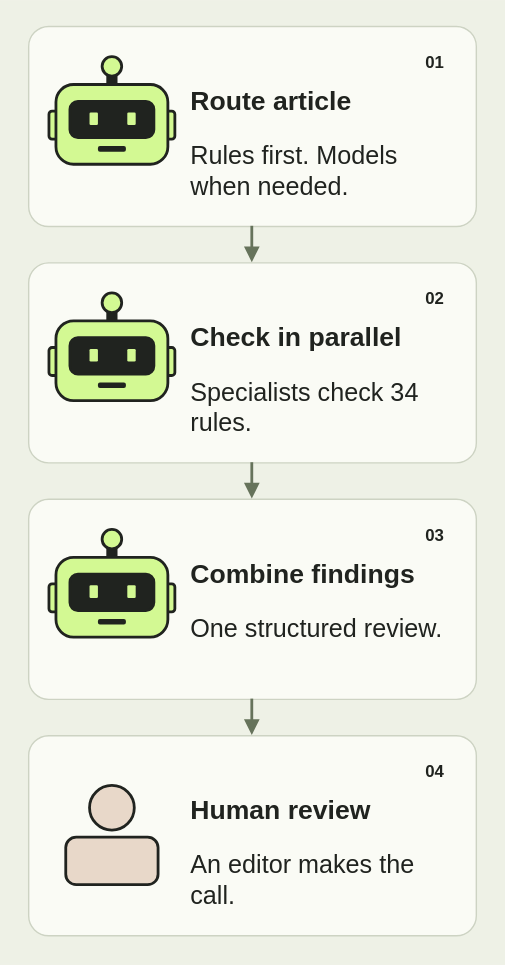
Earlier version of the draw.io export images/agents/review-mobile.svg (youngfreezy/youngfreezy.github.io). Source tidied: cells renumbered, new cells last; positions are measured from the earlier drawing's top-left corner, leaving out a move shared by most shapes.
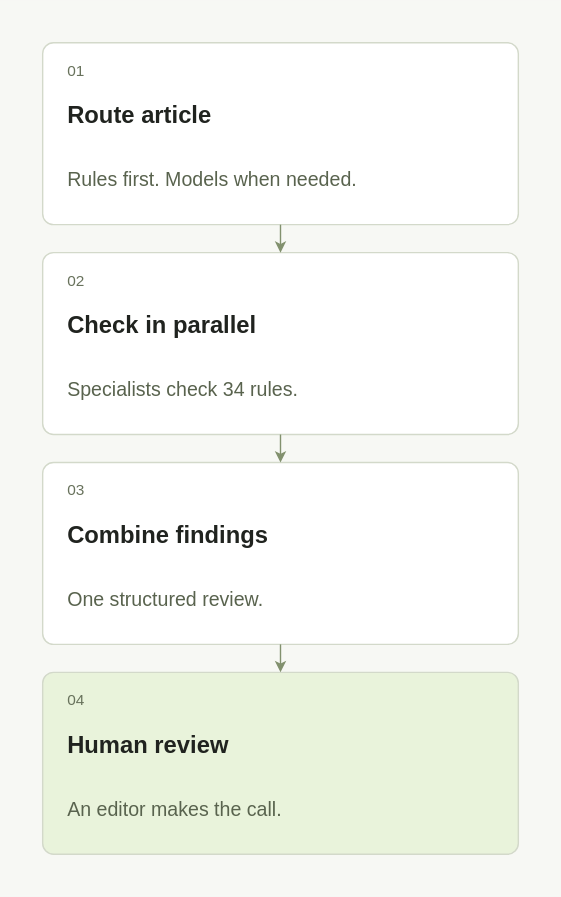
The same file after the commit.

The edit, as a diff of the source:
```diff
@@ -1,153 +1,66 @@
-<mxGraphModel background="#eef1e6">
+<mxGraphModel background="#f7f8f4">
   <root>
     <mxCell id="0" />
     <mxCell id="1" parent="0" />
-    <mxCell id="2" style="fillColor=#eef1e6;strokeColor=none;html=1;fontFamily=Helvetica;fontColor=#20231f;" parent="1" vertex="1">
-      <mxGeometry width="360" height="688" as="geometry" />
-    </mxCell>
-    <mxCell id="3" style="rounded=1;arcSize=10;fillColor=#fafbf5;strokeColor=#cdd3c3;strokeWidth=1;html=1;fontFamily=Helvetica;fontColor=#20231f;" parent="1" vertex="1">
-      <mxGeometry x="20" y="18" width="320" height="143" as="geometry" />
-    </mxCell>
-    <mxCell id="4" style="rounded=1;arcSize=22;strokeWidth=2;strokeColor=#20231f;fillColor=#20231f;html=1;fontFamily=Helvetica;fontColor=#20231f;" parent="3" vertex="1">
-      <mxGeometry x="57" y="29" width="6" height="14" as="geometry" />
-    </mxCell>
-    <mxCell id="5" style="ellipse;fillColor=#d3f993;strokeColor=#20231f;strokeWidth=2;html=1;fontFamily=Helvetica;fontColor=#20231f;" parent="3" vertex="1">
-      <mxGeometry x="53" y="22" width="14" height="14" as="geometry" />
-    </mxCell>
-    <mxCell id="6" style="rounded=1;arcSize=22;strokeWidth=2;strokeColor=#20231f;fillColor=#d3f993;html=1;fontFamily=Helvetica;fontColor=#20231f;" parent="3" vertex="1">
-      <mxGeometry x="15" y="61" width="10" height="20" as="geometry" />
-    </mxCell>
-    <mxCell id="7" style="rounded=1;arcSize=22;strokeWidth=2;strokeColor=#20231f;fillColor=#d3f993;html=1;fontFamily=Helvetica;fontColor=#20231f;" parent="3" vertex="1">
-      <mxGeometry x="95" y="61" width="10" height="20" as="geometry" />
-    </mxCell>
-    <mxCell id="8" style="rounded=1;arcSize=22;strokeWidth=2;strokeColor=#20231f;fillColor=#d3f993;html=1;fontFamily=Helvetica;fontColor=#20231f;" parent="3" vertex="1">
-      <mxGeometry x="20" y="42" width="80" height="57" as="geometry" />
-    </mxCell>
-    <mxCell id="9" style="rounded=1;arcSize=22;strokeWidth=2;strokeColor=#20231f;fillColor=#20231f;html=1;fontFamily=Helvetica;fontColor=#20231f;" parent="3" vertex="1">
-      <mxGeometry x="30" y="54" width="60" height="26" as="geometry" />
-    </mxCell>
-    <mxCell id="10" style="rounded=1;fillColor=#d3f993;strokeColor=none;html=1;fontFamily=Helvetica;fontColor=#20231f;" parent="3" vertex="1">
-      <mxGeometry x="44" y="62" width="6" height="9" as="geometry" />
-    </mxCell>
-    <mxCell id="11" style="rounded=1;fillColor=#d3f993;strokeColor=none;html=1;fontFamily=Helvetica;fontColor=#20231f;" parent="3" vertex="1">
-      <mxGeometry x="71" y="62" width="6" height="9" as="geometry" />
-    </mxCell>
-    <mxCell id="12" style="rounded=1;arcSize=22;strokeWidth=2;strokeColor=#20231f;fillColor=#20231f;html=1;fontFamily=Helvetica;fontColor=#20231f;" parent="3" vertex="1">
-      <mxGeometry x="51" y="87" width="18" height="2" as="geometry" />
-    </mxCell>
+    <mxCell id="51" style="html=1;fontFamily=Helvetica;fillColor=#f7f8f4;strokeColor=none;" parent="1" vertex="1">
+      <mxGeometry width="400" height="640" as="geometry" />
+    </mxCell>
+    <mxCell id="52" style="html=1;fontFamily=Helvetica;rounded=1;arcSize=6;fillColor=#ffffff;strokeColor=#d3d9ca;" parent="51" vertex="1">
+      <mxGeometry x="30" y="30" width="340" height="130" as="geometry" />
+    </mxCell>
-    <mxCell id="13" value="01" style="text;strokeColor=none;fillColor=none;fontSize=12;fontStyle=1;html=1;fontFamily=Helvetica;fontColor=#20231f;" parent="3" vertex="1">
-      <mxGeometry x="282" y="12" width="24" height="22" as="geometry" />
+    <mxCell id="13" value="01" style="html=1;fontFamily=Helvetica;text;whiteSpace=wrap;align=left;verticalAlign=middle;fillColor=none;strokeColor=none;fontSize=11;fontColor=#68725c;" parent="52" vertex="1">
+      <mxGeometry x="16" y="12" width="308" height="16" as="geometry" />
     </mxCell>
-    <mxCell id="14" value="Route article" style="text;strokeColor=none;fillColor=none;fontSize=19;fontStyle=1;align=left;html=1;fontFamily=Helvetica;fontColor=#20231f;" parent="3" vertex="1">
-      <mxGeometry x="114" y="36" width="190" height="32" as="geometry" />
+    <mxCell id="14" value="Route article" style="html=1;fontFamily=Helvetica;text;whiteSpace=wrap;align=left;verticalAlign=middle;fillColor=none;strokeColor=none;fontSize=17;fontColor=#20231f;fontStyle=1;" parent="52" vertex="1">
+      <mxGeometry x="16" y="34" width="308" height="38" as="geometry" />
     </mxCell>
-    <mxCell id="15" value="Rules first. Models when needed." style="text;whiteSpace=wrap;strokeColor=none;fillColor=none;fontSize=18;align=left;html=1;fontFamily=Helvetica;fontColor=#20231f;" parent="3" vertex="1">
-      <mxGeometry x="114" y="76" width="184" height="48" as="geometry" />
+    <mxCell id="15" value="Rules first. Models when needed." style="html=1;fontFamily=Helvetica;text;whiteSpace=wrap;align=left;verticalAlign=middle;fillColor=none;strokeColor=none;fontSize=14;fontColor=#59634e;" parent="52" vertex="1">
+      <mxGeometry x="16" y="80" width="308" height="36" as="geometry" />
     </mxCell>
-    <mxCell id="16" style="rounded=1;arcSize=10;fillColor=#fafbf5;strokeColor=#cdd3c3;strokeWidth=1;html=1;fontFamily=Helvetica;fontColor=#20231f;" parent="1" vertex="1">
-      <mxGeometry x="20" y="187" width="320" height="143" as="geometry" />
-    </mxCell>
-    <mxCell id="17" style="rounded=1;arcSize=22;strokeWidth=2;strokeColor=#20231f;fillColor=#20231f;html=1;fontFamily=Helvetica;fontColor=#20231f;" parent="16" vertex="1">
-      <mxGeometry x="57" y="29" width="6" height="14" as="geometry" />
-    </mxCell>
-    <mxCell id="18" style="ellipse;fillColor=#d3f993;strokeColor=#20231f;strokeWidth=2;html=1;fontFamily=Helvetica;fontColor=#20231f;" parent="16" vertex="1">
-      <mxGeometry x="53" y="22" width="14" height="14" as="geometry" />
-    </mxCell>
-    <mxCell id="19" style="rounded=1;arcSize=22;strokeWidth=2;strokeColor=#20231f;fillColor=#d3f993;html=1;fontFamily=Helvetica;fontColor=#20231f;" parent="16" vertex="1">
-      <mxGeometry x="15" y="61" width="10" height="20" as="geometry" />
-    </mxCell>
-    <mxCell id="20" style="rounded=1;arcSize=22;strokeWidth=2;strokeColor=#20231f;fillColor=#d3f993;html=1;fontFamily=Helvetica;fontColor=#20231f;" parent="16" vertex="1">
-      <mxGeometry x="95" y="61" width="10" height="20" as="geometry" />
-    </mxCell>
-    <mxCell id="21" style="rounded=1;arcSize=22;strokeWidth=2;strokeColor=#20231f;fillColor=#d3f993;html=1;fontFamily=Helvetica;fontColor=#20231f;" parent="16" vertex="1">
-      <mxGeometry x="20" y="42" width="80" height="57" as="geometry" />
-    </mxCell>
-    <mxCell id="22" style="rounded=1;arcSize=22;strokeWidth=2;strokeColor=#20231f;fillColor=#20231f;html=1;fontFamily=Helvetica;fontColor=#20231f;" parent="16" vertex="1">
-      <mxGeometry x="30" y="54" width="60" height="26" as="geometry" />
-    </mxCell>
-    <mxCell id="23" style="rounded=1;fillColor=#d3f993;strokeColor=none;html=1;fontFamily=Helvetica;fontColor=#20231f;" parent="16" vertex="1">
-      <mxGeometry x="44" y="62" width="6" height="9" as="geometry" />
-    </mxCell>
-    <mxCell id="24" style="rounded=1;fillColor=#d3f993;strokeColor=none;html=1;fontFamily=Helvetica;fontColor=#20231f;" parent="16" vertex="1">
-      <mxGeometry x="71" y="62" width="6" height="9" as="geometry" />
-    </mxCell>
-    <mxCell id="25" style="rounded=1;arcSize=22;strokeWidth=2;strokeColor=#20231f;fillColor=#20231f;html=1;fontFamily=Helvetica;fontColor=#20231f;" parent="16" vertex="1">
-      <mxGeometry x="51" y="87" width="18" height="2" as="geometry" />
-    </mxCell>
+    <mxCell id="53" style="html=1;fontFamily=Helvetica;rounded=1;arcSize=6;fillColor=#ffffff;strokeColor=#d3d9ca;" parent="51" vertex="1">
+      <mxGeometry x="30" y="180" width="340" height="130" as="geometry" />
+    </mxCell>
-    <mxCell id="26" value="02" style="text;strokeColor=none;fillColor=none;fontSize=12;fontStyle=1;html=1;fontFamily=Helvetica;fontColor=#20231f;" parent="16" vertex="1">
-      <mxGeometry x="282" y="12" width="24" height="22" as="geometry" />
+    <mxCell id="26" value="02" style="html=1;fontFamily=Helvetica;text;whiteSpace=wrap;align=left;verticalAlign=middle;fillColor=none;strokeColor=none;fontSize=11;fontColor=#68725c;" parent="53" vertex="1">
+      <mxGeometry x="16" y="12" width="308" height="16" as="geometry" />
     </mxCell>
-    <mxCell id="27" value="Check in parallel" style="text;strokeColor=none;fillColor=none;fontSize=19;fontStyle=1;align=left;html=1;fontFamily=Helvetica;fontColor=#20231f;" parent="16" vertex="1">
-      <mxGeometry x="114" y="36" width="190" height="32" as="geometry" />
+    <mxCell id="27" value="Check in parallel" style="html=1;fontFamily=Helvetica;text;whiteSpace=wrap;align=left;verticalAlign=middle;fillColor=none;strokeColor=none;fontSize=17;fontColor=#20231f;fontStyle=1;" parent="53" vertex="1">
+      <mxGeometry x="16" y="34" width="308" height="38" as="geometry" />
     </mxCell>
-    <mxCell id="28" value="Specialists check 34 rules." style="text;whiteSpace=wrap;strokeColor=none;fillColor=none;fontSize=18;align=left;html=1;fontFamily=Helvetica;fontColor=#20231f;" parent="16" vertex="1">
-      <mxGeometry x="114" y="76" width="184" height="48" as="geometry" />
+    <mxCell id="28" value="Specialists check 34 rules." style="html=1;fontFamily=Helvetica;text;whiteSpace=wrap;align=left;verticalAlign=middle;fillColor=none;strokeColor=none;fontSize=14;fontColor=#59634e;" parent="53" vertex="1">
+      <mxGeometry x="16" y="80" width="308" height="36" as="geometry" />
     </mxCell>
-    <mxCell id="29" style="rounded=1;arcSize=10;fillColor=#fafbf5;strokeColor=#cdd3c3;strokeWidth=1;html=1;fontFamily=Helvetica;fontColor=#20231f;" parent="1" vertex="1">
-      <mxGeometry x="20" y="356" width="320" height="143" as="geometry" />
-    </mxCell>
-    <mxCell id="30" style="rounded=1;arcSize=22;strokeWidth=2;strokeColor=#20231f;fillColor=#20231f;html=1;fontFamily=Helvetica;fontColor=#20231f;" parent="29" vertex="1">
-      <mxGeometry x="57" y="29" width="6" height="14" as="geometry" />
-    </mxCell>
-    <mxCell id="31" style="ellipse;fillColor=#d3f993;strokeColor=#20231f;strokeWidth=2;html=1;fontFamily=Helvetica;fontColor=#20231f;" parent="29" vertex="1">
-      <mxGeometry x="53" y="22" width="14" height="14" as="geometry" />
-    </mxCell>
-    <mxCell id="32" style="rounded=1;arcSize=22;strokeWidth=2;strokeColor=#20231f;fillColor=#d3f993;html=1;fontFamily=Helvetica;fontColor=#20231f;" parent="29" vertex="1">
-      <mxGeometry x="15" y="61" width="10" height="20" as="geometry" />
-    </mxCell>
-    <mxCell id="33" style="rounded=1;arcSize=22;strokeWidth=2;strokeColor=#20231f;fillColor=#d3f993;html=1;fontFamily=Helvetica;fontColor=#20231f;" parent="29" vertex="1">
-      <mxGeometry x="95" y="61" width="10" height="20" as="geometry" />
-    </mxCell>
-    <mxCell id="34" style="rounded=1;arcSize=22;strokeWidth=2;strokeColor=#20231f;fillColor=#d3f993;html=1;fontFamily=Helvetica;fontColor=#20231f;" parent="29" vertex="1">
-      <mxGeometry x="20" y="42" width="80" height="57" as="geometry" />
-    </mxCell>
-    <mxCell id="35" style="rounded=1;arcSize=22;strokeWidth=2;strokeColor=#20231f;fillColor=#20231f;html=1;fontFamily=Helvetica;fontColor=#20231f;" parent="29" vertex="1">
-      <mxGeometry x="30" y="54" width="60" height="26" as="geometry" />
-    </mxCell>
-    <mxCell id="36" style="rounded=1;fillColor=#d3f993;strokeColor=none;html=1;fontFamily=Helvetica;fontColor=#20231f;" parent="29" vertex="1">
-      <mxGeometry x="44" y="62" width="6" height="9" as="geometry" />
-    </mxCell>
-    <mxCell id="37" style="rounded=1;fillColor=#d3f993;strokeColor=none;html=1;fontFamily=Helvetica;fontColor=#20231f;" parent="29" vertex="1">
-      <mxGeometry x="71" y="62" width="6" height="9" as="geometry" />
-    </mxCell>
-    <mxCell id="38" style="rounded=1;arcSize=22;strokeWidth=2;strokeColor=#20231f;fillColor=#20231f;html=1;fontFamily=Helvetica;fontColor=#20231f;" parent="29" vertex="1">
-      <mxGeometry x="51" y="87" width="18" height="2" as="geometry" />
-    </mxCell>
+    <mxCell id="54" style="edgeStyle=orthogonalEdgeStyle;rounded=1;jettySize=auto;strokeColor=#82916e;strokeWidth=1;endArrow=classic;endSize=5;exitX=.5;exitY=1;entryX=.5;entryY=0;" parent="51" edge="1" source="52" target="53">
+      <mxGeometry relative="1" as="geometry" />
+    </mxCell>
+    <mxCell id="55" style="html=1;fontFamily=Helvetica;rounded=1;arcSize=6;fillColor=#ffffff;strokeColor=#d3d9ca;" parent="51" vertex="1">
+      <mxGeometry x="30" y="330" width="340" height="130" as="geometry" />
+    </mxCell>
-    <mxCell id="39" value="03" style="text;strokeColor=none;fillColor=none;fontSize=12;fontStyle=1;html=1;fontFamily=Helvetica;fontColor=#20231f;" parent="29" vertex="1">
-      <mxGeometry x="282" y="12" width="24" height="22" as="geometry" />
+    <mxCell id="39" value="03" style="html=1;fontFamily=Helvetica;text;whiteSpace=wrap;align=left;verticalAlign=middle;fillColor=none;strokeColor=none;fontSize=11;fontColor=#68725c;" parent="55" vertex="1">
+      <mxGeometry x="16" y="12" width="308" height="16" as="geometry" />
     </mxCell>
-    <mxCell id="40" value="Combine findings" style="text;strokeColor=none;fillColor=none;fontSize=19;fontStyle=1;align=left;html=1;fontFamily=Helvetica;fontColor=#20231f;" parent="29" vertex="1">
-      <mxGeometry x="114" y="36" width="190" height="32" as="geometry" />
+    <mxCell id="40" value="Combine findings" style="html=1;fontFamily=Helvetica;text;whiteSpace=wrap;align=left;verticalAlign=middle;fillColor=none;strokeColor=none;fontSize=17;fontColor=#20231f;fontStyle=1;" parent="55" vertex="1">
+      <mxGeometry x="16" y="34" width="308" height="38" as="geometry" />
     </mxCell>
-    <mxCell id="41" value="One structured review." style="text;whiteSpace=wrap;strokeColor=none;fillColor=none;fontSize=18;align=left;html=1;fontFamily=Helvetica;fontColor=#20231f;" parent="29" vertex="1">
-      <mxGeometry x="114" y="76" width="184" height="48" as="geometry" />
+    <mxCell id="41" value="One structured review." style="html=1;fontFamily=Helvetica;text;whiteSpace=wrap;align=left;verticalAlign=middle;fillColor=none;strokeColor=none;fontSize=14;fontColor=#59634e;" parent="55" vertex="1">
+      <mxGeometry x="16" y="80" width="308" height="36" as="geometry" />
     </mxCell>
-    <mxCell id="42" style="rounded=1;arcSize=10;fillColor=#fafbf5;strokeColor=#cdd3c3;strokeWidth=1;html=1;fontFamily=Helvetica;fontColor=#20231f;" parent="1" vertex="1">
-      <mxGeometry x="20" y="525" width="320" height="143" as="geometry" />
-    </mxCell>
-    <mxCell id="43" style="ellipse;fillColor=#e8d8c9;strokeColor=#20231f;strokeWidth=2;html=1;fontFamily=Helvetica;fontColor=#20231f;" parent="42" vertex="1">
-      <mxGeometry x="44" y="36" width="32" height="32" as="geometry" />
-    </mxCell>
-    <mxCell id="44" style="rounded=1;arcSize=22;strokeWidth=2;strokeColor=#20231f;fillColor=#e8d8c9;html=1;fontFamily=Helvetica;fontColor=#20231f;" parent="42" vertex="1">
-      <mxGeometry x="27" y="73" width="66" height="34" as="geometry" />
-    </mxCell>
+    <mxCell id="56" style="edgeStyle=orthogonalEdgeStyle;rounded=1;jettySize=auto;strokeColor=#82916e;strokeWidth=1;endArrow=classic;endSize=5;exitX=.5;exitY=1;entryX=.5;entryY=0;" parent="51" edge="1" source="53" target="55">
+      <mxGeometry relative="1" as="geometry" />
+    </mxCell>
+    <mxCell id="57" style="html=1;fontFamily=Helvetica;rounded=1;arcSize=6;fillColor=#e9f3db;strokeColor=#d3d9ca;" parent="51" vertex="1">
+      <mxGeometry x="30" y="480" width="340" height="130" as="geometry" />
+    </mxCell>
-    <mxCell id="45" value="04" style="text;strokeColor=none;fillColor=none;fontSize=12;fontStyle=1;html=1;fontFamily=Helvetica;fontColor=#20231f;" parent="42" vertex="1">
-      <mxGeometry x="282" y="12" width="24" height="22" as="geometry" />
+    <mxCell id="45" value="04" style="html=1;fontFamily=Helvetica;text;whiteSpace=wrap;align=left;verticalAlign=middle;fillColor=none;strokeColor=none;fontSize=11;fontColor=#68725c;" parent="57" vertex="1">
+      <mxGeometry x="16" y="12" width="308" height="16" as="geometry" />
     </mxCell>
-    <mxCell id="46" value="Human review" style="text;strokeColor=none;fillColor=none;fontSize=19;fontStyle=1;align=left;html=1;fontFamily=Helvetica;fontColor=#20231f;" parent="42" vertex="1">
-      <mxGeometry x="114" y="36" width="190" height="32" as="geometry" />
+    <mxCell id="46" value="Human review" style="html=1;fontFamily=Helvetica;text;whiteSpace=wrap;align=left;verticalAlign=middle;fillColor=none;strokeColor=none;fontSize=17;fontColor=#20231f;fontStyle=1;" parent="57" vertex="1">
+      <mxGeometry x="16" y="34" width="308" height="38" as="geometry" />
     </mxCell>
-    <mxCell id="47" value="An editor makes the call." style="text;whiteSpace=wrap;strokeColor=none;fillColor=none;fontSize=18;align=left;html=1;fontFamily=Helvetica;fontColor=#20231f;" parent="42" vertex="1">
-      <mxGeometry x="114" y="76" width="184" height="48" as="geometry" />
+    <mxCell id="47" value="An editor makes the call." style="html=1;fontFamily=Helvetica;text;whiteSpace=wrap;align=left;verticalAlign=middle;fillColor=none;strokeColor=none;fontSize=14;fontColor=#59634e;" parent="57" vertex="1">
+      <mxGeometry x="16" y="80" width="308" height="36" as="geometry" />
     </mxCell>
-    <mxCell id="48" style="edgeStyle=orthogonalEdgeStyle;rounded=1;jettySize=auto;strokeColor=#66735b;strokeWidth=2;endArrow=block;endFill=1;exitX=0.5;exitY=1;entryX=0.5;entryY=0;" parent="1" edge="1" source="3" target="16">
-      <mxGeometry relative="1" as="geometry" />
-    </mxCell>
-    <mxCell id="49" style="edgeStyle=orthogonalEdgeStyle;rounded=1;jettySize=auto;strokeColor=#66735b;strokeWidth=2;endArrow=block;endFill=1;exitX=0.5;exitY=1;entryX=0.5;entryY=0;" parent="1" edge="1" source="16" target="29">
-      <mxGeometry relative="1" as="geometry" />
-    </mxCell>
-    <mxCell id="50" style="edgeStyle=orthogonalEdgeStyle;rounded=1;jettySize=auto;strokeColor=#66735b;strokeWidth=2;endArrow=block;endFill=1;exitX=0.5;exitY=1;entryX=0.5;entryY=0;" parent="1" edge="1" source="29" target="42">
-      <mxGeometry relative="1" as="geometry" />
-    </mxCell>
+    <mxCell id="58" style="edgeStyle=orthogonalEdgeStyle;rounded=1;jettySize=auto;strokeColor=#82916e;strokeWidth=1;endArrow=classic;endSize=5;exitX=.5;exitY=1;entryX=.5;entryY=0;" parent="51" edge="1" source="55" target="57">
+      <mxGeometry relative="1" as="geometry" />
+    </mxCell>
   </root>
 </mxGraphModel>
```
